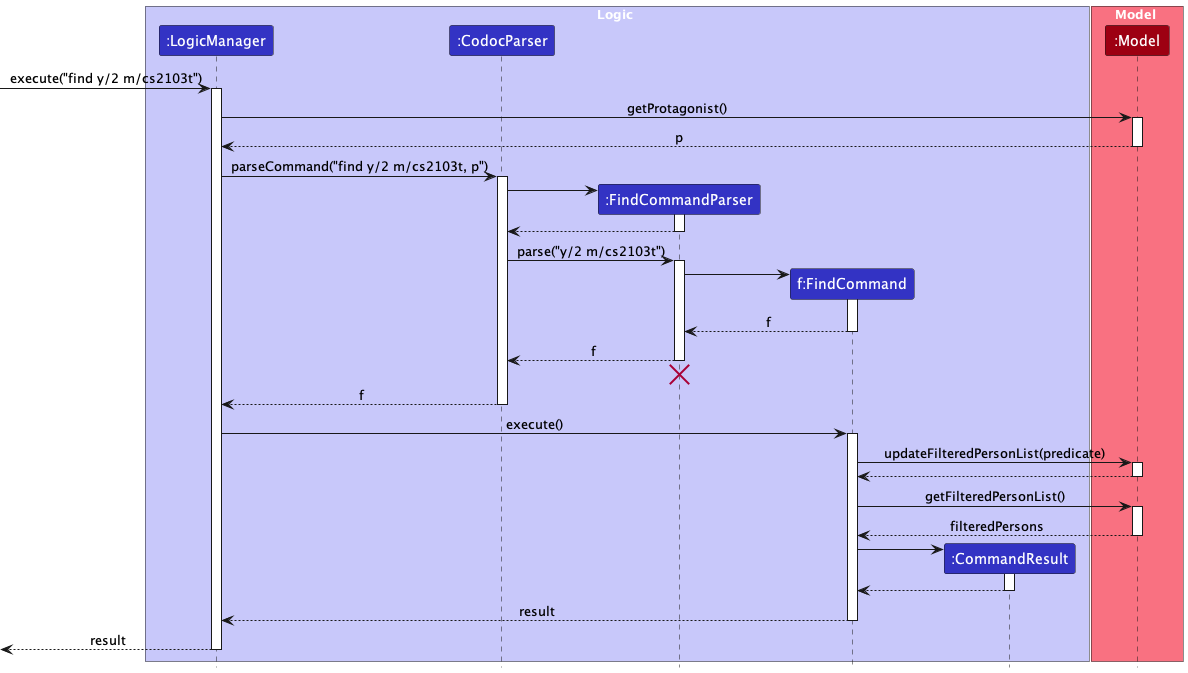
nus-cs2103-AY2223S2/tp keeps this PlantUML diagram as docs/images/FindSequenceDiagram.png. Above is the earlier version. The source it was exported from:
```plantuml
@startuml
!include style.puml

box Logic LOGIC_COLOR_T1
participant ":LogicManager" as LogicManager LOGIC_COLOR
participant ":CodocParser" as CodocParser LOGIC_COLOR
participant ":FindCommandParser" as FindCommandParser LOGIC_COLOR
participant "f:FindCommand" as FindCommand LOGIC_COLOR
participant ":CommandResult" as CommandResult LOGIC_COLOR
end box

box Model MODEL_COLOR_T1
participant ":Model" as Model MODEL_COLOR
end box

[-> LogicManager : execute("find y/2 m/cs2103t")
activate LogicManager

LogicManager -> Model : getProtagonist()
activate Model

Model --> LogicManager : p
deactivate Model

LogicManager -> CodocParser : parseCommand("find y/2 m/cs2103t, p")
activate CodocParser

create FindCommandParser
CodocParser -> FindCommandParser
activate FindCommandParser

FindCommandParser --> CodocParser
deactivate FindCommandParser

CodocParser -> FindCommandParser : parse("y/2 m/cs2103t")
activate FindCommandParser

create FindCommand
FindCommandParser -> FindCommand
activate FindCommand

FindCommand --> FindCommandParser : f
deactivate FindCommand

FindCommandParser --> CodocParser : f
deactivate FindCommandParser
FindCommandParser -[hidden]-> CodocParser
destroy FindCommandParser

CodocParser --> LogicManager : f
deactivate CodocParser

LogicManager -> FindCommand : execute()
activate FindCommand

FindCommand -> Model : updateFilteredPersonList(predicate)
activate Model

Model --> FindCommand
deactivate Model

FindCommand -> Model : getFilteredPersonList()
activate Model

Model --> FindCommand : filteredPersons
deactivate Model

create CommandResult
FindCommand -> CommandResult
activate CommandResult

CommandResult --> FindCommand
deactivate CommandResult

FindCommand --> LogicManager : result
deactivate FindCommand

[<--LogicManager : result
deactivate LogicManager
@enduml
```
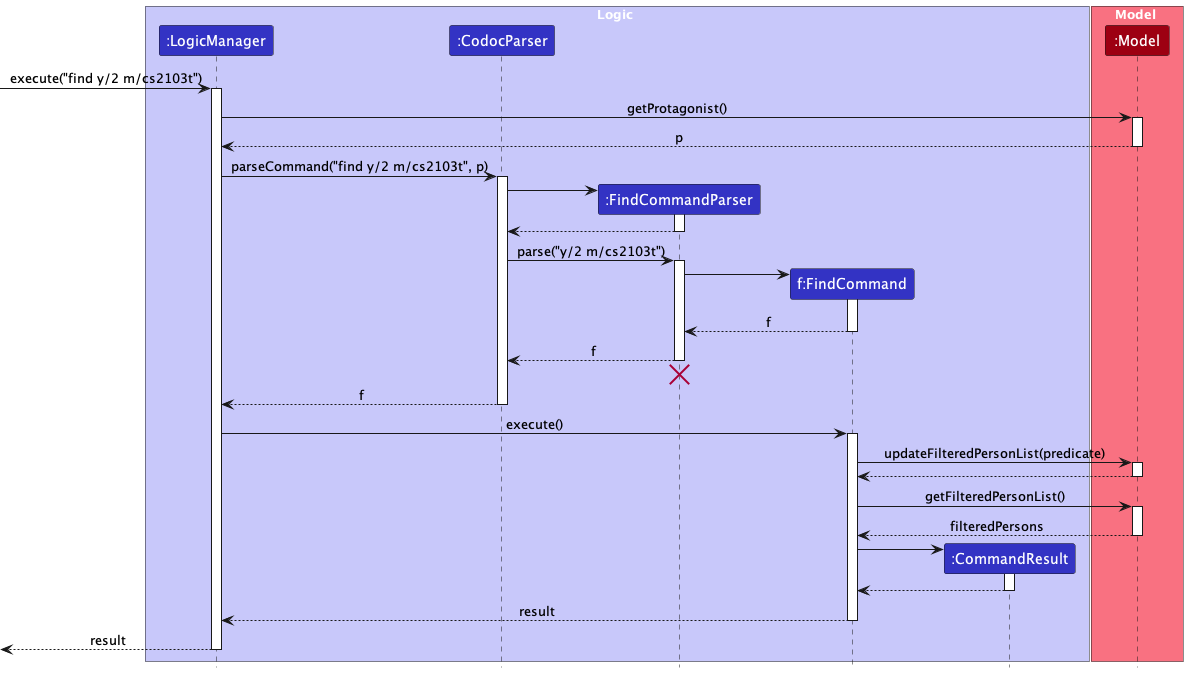
Later version of the same file.

What changed in the source:
```diff
@@ -22,7 +22,7 @@
 Model --> LogicManager : p
 deactivate Model
 
-LogicManager -> CodocParser : parseCommand("find y/2 m/cs2103t, p")
+LogicManager -> CodocParser : parseCommand("find y/2 m/cs2103t", p)
 activate CodocParser
 
 create FindCommandParser
```
